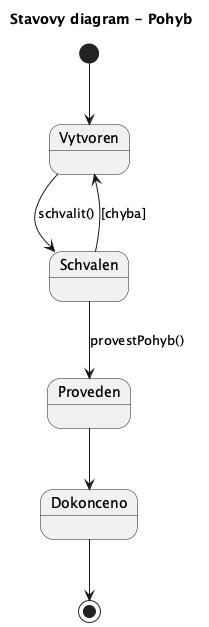
Earlier version of the PlantUML export docs/images/09_state_pohyb_skladu.png (lkvapil/wms-elektronicke-soucastky).
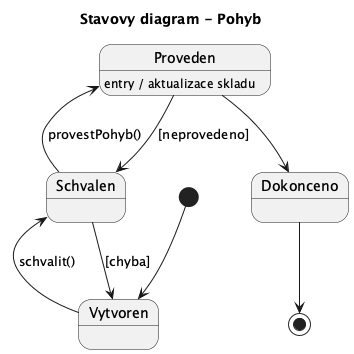
Above is the later version.

Change to the diagram source:
```diff
@@ -8,6 +8,9 @@
 Proveden --> Dokonceno
 
 Schvalen --> Vytvoren : [chyba]
+Proveden --> Schvalen : [neprovedeno]
+
+Proveden : entry / aktualizace skladu
 
 Dokonceno --> [*]
 
```
